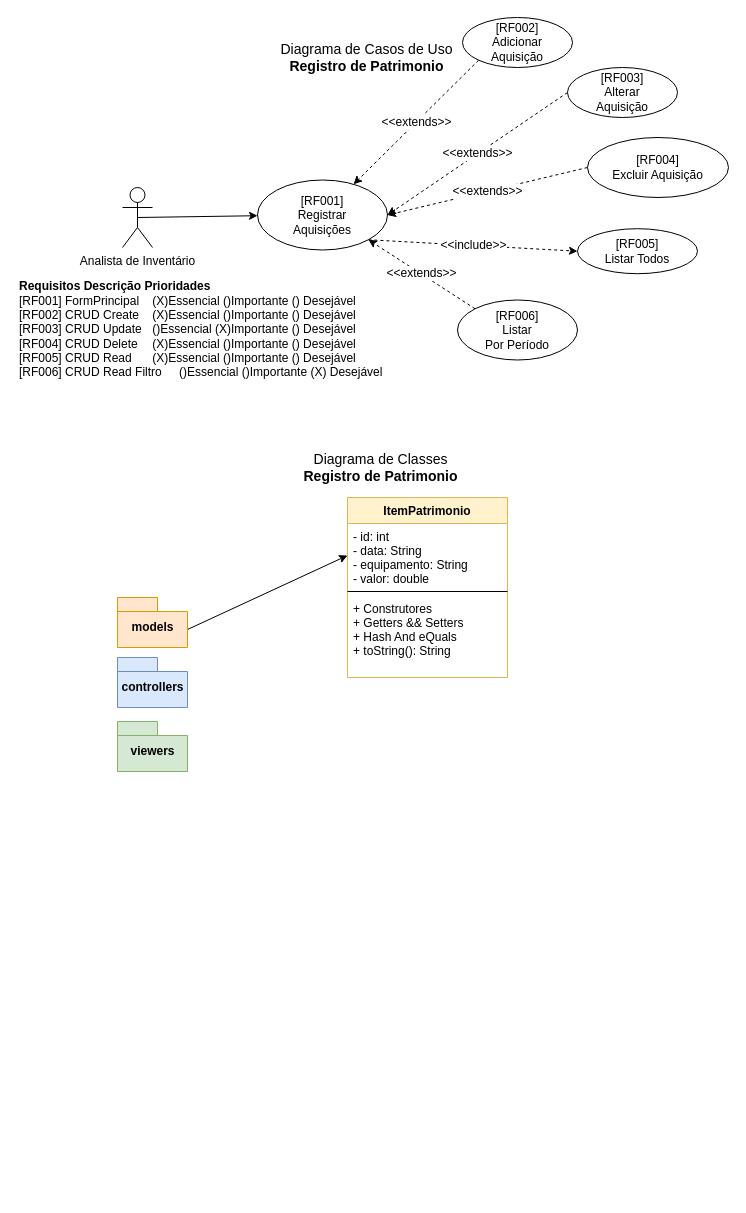
wellifabio/senai2021 keeps this draw.io diagram as 1des/fpoo/Aula/21/docsTemas/projetoPatrimonios.drawio. Above is the earlier version. Source tidied: cells renumbered, new cells numbered last; positions are measured from the earlier drawing's top-left corner, leaving out a move shared by most shapes. Both pictures are drawn from the tidied source at 100%, with x=0, y=0 at pixel (17, 17).
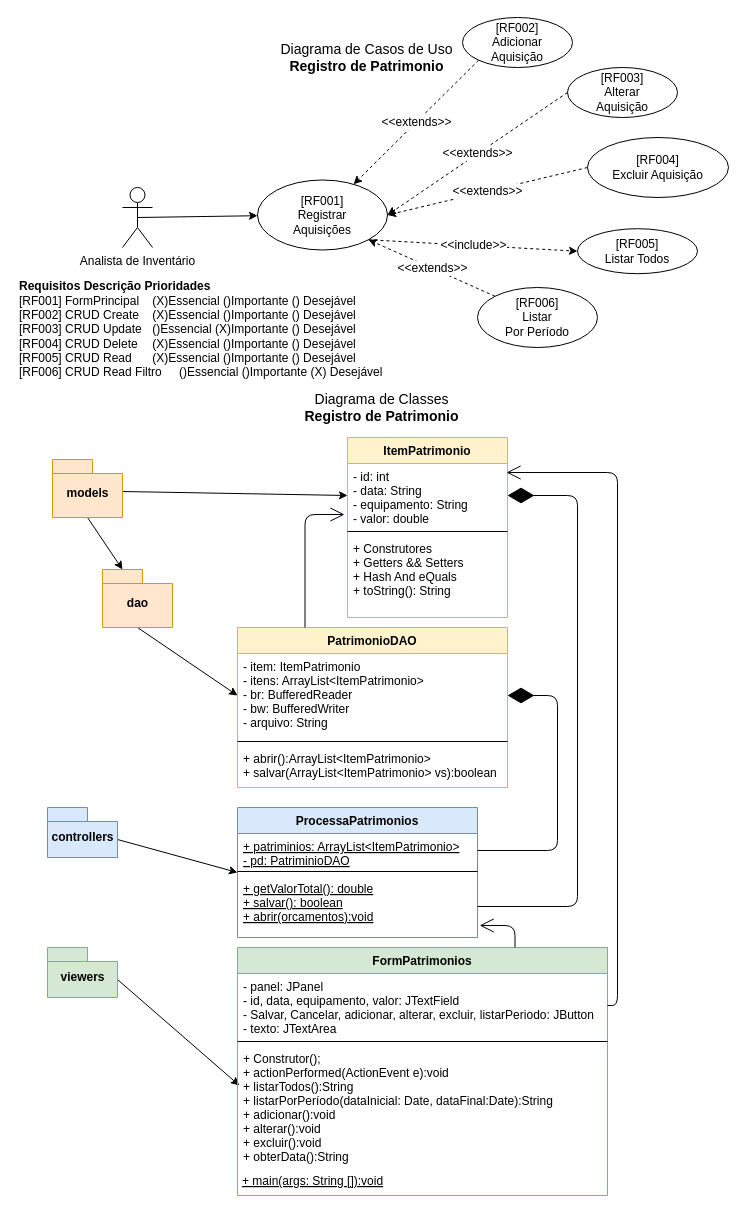
The same page after the edit.

The change refers to these unchanged cells:
```xml
<mxCell id="4" value="- id: int&#10;- data: String&#10;- equipamento: String&#10;- valor: double" style="text;strokeColor=none;fillColor=none;align=left;verticalAlign=top;spacingLeft=4;spacingRight=4;overflow=hidden;points=[[0,0.5],[1,0.5]];portConstraint=eastwest;" parent="3" vertex="1">
  <mxGeometry y="26" width="160" height="64" as="geometry" />
</mxCell>
```

Change to the diagram source:
```diff
@@
     <mxCell id="2" value="Diagrama de Classes&lt;br style=&quot;font-size: 14px&quot;&gt;&lt;b style=&quot;font-size: 14px&quot;&gt;Registro de Patrimonio&lt;/b&gt;" style="text;html=1;strokeColor=none;fillColor=none;align=center;verticalAlign=middle;whiteSpace=wrap;rounded=0;fontSize=14;" parent="1" vertex="1">
-      <mxGeometry x="268" y="440" width="191" height="20" as="geometry" />
+      <mxGeometry x="269" y="380" width="191" height="20" as="geometry" />
     </mxCell>
     <mxCell id="3" value="ItemPatrimonio" style="swimlane;fontStyle=1;align=center;verticalAlign=top;horizontal=1;startSize=26;fillColor=#fff2cc;strokeColor=#d6b656;" parent="1" vertex="1">
-      <mxGeometry x="330" y="480" width="160" height="180" as="geometry" />
+      <mxGeometry x="330" y="420" width="160" height="180" as="geometry" />
     </mxCell>
@@
+    <mxCell id="26" style="rounded=0;jettySize=auto;html=1;exitX=0.5;exitY=1;exitDx=0;exitDy=0;exitPerimeter=0;entryX=0;entryY=0;entryDx=20;entryDy=0;entryPerimeter=0;" parent="1" edge="1" source="8" target="34">
+      <mxGeometry relative="1" as="geometry" />
+    </mxCell>
     <mxCell id="8" value="models" style="shape=folder;fontStyle=1;spacingTop=10;tabWidth=40;tabHeight=14;tabPosition=left;html=1;fillColor=#ffe6cc;strokeColor=#d79b00;" parent="1" vertex="1">
-      <mxGeometry x="100" y="580" width="70" height="50" as="geometry" />
+      <mxGeometry x="35" y="442" width="70" height="58" as="geometry" />
     </mxCell>
+    <mxCell id="27" style="rounded=0;jettySize=auto;html=1;exitX=0;exitY=0;exitDx=70;exitDy=32;exitPerimeter=0;entryX=0;entryY=0.5;entryDx=0;entryDy=0;" parent="1" edge="1" source="9" target="36">
+      <mxGeometry relative="1" as="geometry" />
+    </mxCell>
     <mxCell id="9" value="controllers" style="shape=folder;fontStyle=1;spacingTop=10;tabWidth=40;tabHeight=14;tabPosition=left;html=1;fillColor=#dae8fc;strokeColor=#6c8ebf;" parent="1" vertex="1">
-      <mxGeometry x="100" y="640" width="70" height="50" as="geometry" />
+      <mxGeometry x="30" y="790" width="70" height="50" as="geometry" />
     </mxCell>
+    <mxCell id="28" style="rounded=0;jettySize=auto;html=1;exitX=0;exitY=0;exitDx=70;exitDy=32;exitPerimeter=0;entryX=0.005;entryY=0.333;entryDx=0;entryDy=0;entryPerimeter=0;" parent="1" edge="1" source="10" target="43">
+      <mxGeometry relative="1" as="geometry" />
+    </mxCell>
     <mxCell id="10" value="viewers" style="shape=folder;fontStyle=1;spacingTop=10;tabWidth=40;tabHeight=14;tabPosition=left;html=1;fillColor=#d5e8d4;strokeColor=#82b366;" parent="1" vertex="1">
-      <mxGeometry x="100" y="704" width="70" height="50" as="geometry" />
+      <mxGeometry x="30" y="930" width="70" height="50" as="geometry" />
     </mxCell>
@@
     <mxCell id="20" value="[RF006]&lt;br&gt;Listar&lt;br&gt;Por Período" style="ellipse;whiteSpace=wrap;html=1;fontSize=12;align=center;" parent="1" vertex="1">
-      <mxGeometry x="440" y="282.5" width="120" height="60" as="geometry" />
+      <mxGeometry x="460" y="270" width="120" height="60" as="geometry" />
     </mxCell>
@@
+    <mxCell id="29" value="PatrimonioDAO" style="swimlane;fontStyle=1;align=center;verticalAlign=top;horizontal=1;startSize=26;fontSize=12;fillColor=#fff2cc;strokeColor=#d6b656;" parent="1" vertex="1">
+      <mxGeometry x="220" y="610" width="270" height="160" as="geometry" />
+    </mxCell>
+    <mxCell id="30" value="- item: ItemPatrimonio&#10;- itens: ArrayList&lt;ItemPatrimonio&gt;&#10;- br: BufferedReader&#10;- bw: BufferedWriter&#10;- arquivo: String" style="text;strokeColor=none;fillColor=none;align=left;verticalAlign=top;spacingLeft=4;spacingRight=4;overflow=hidden;points=[[0,0.5],[1,0.5]];portConstraint=eastwest;" parent="29" vertex="1">
+      <mxGeometry y="26" width="270" height="84" as="geometry" />
+    </mxCell>
+    <mxCell id="31" style="line;strokeWidth=1;fillColor=none;align=left;verticalAlign=middle;spacingTop=-1;spacingLeft=3;spacingRight=3;labelPosition=right;" parent="29" vertex="1">
+      <mxGeometry y="110" width="270" height="8" as="geometry" />
+    </mxCell>
+    <mxCell id="32" value="+ abrir():ArrayList&lt;ItemPatrimonio&gt;&#10;+ salvar(ArrayList&lt;ItemPatrimonio&gt; vs):boolean" style="text;strokeColor=none;fillColor=none;align=left;verticalAlign=top;spacingLeft=4;spacingRight=4;overflow=hidden;" parent="29" vertex="1">
+      <mxGeometry y="118" width="270" height="42" as="geometry" />
+    </mxCell>
+    <mxCell id="33" style="edgeStyle=none;rounded=0;jettySize=auto;html=1;exitX=0.5;exitY=1;exitDx=0;exitDy=0;exitPerimeter=0;entryX=0;entryY=0.5;entryDx=0;entryDy=0;" parent="1" edge="1" source="34" target="30">
+      <mxGeometry relative="1" as="geometry" />
+    </mxCell>
+    <mxCell id="34" value="dao" style="shape=folder;fontStyle=1;spacingTop=10;tabWidth=40;tabHeight=14;tabPosition=left;html=1;fillColor=#ffe6cc;strokeColor=#d79b00;" parent="1" vertex="1">
+      <mxGeometry x="85" y="552" width="70" height="58" as="geometry" />
+    </mxCell>
+    <mxCell id="35" style="endArrow=open;endFill=1;endSize=12;html=1;exitX=0.25;exitY=0;exitDx=0;exitDy=0;entryX=-0.019;entryY=0.797;entryDx=0;entryDy=0;entryPerimeter=0;edgeStyle=orthogonalEdgeStyle;" parent="1" edge="1" source="29" target="4">
+      <mxGeometry relative="1" as="geometry" />
+    </mxCell>
+    <mxCell id="36" value="ProcessaPatrimonios" style="swimlane;fontStyle=1;align=center;verticalAlign=top;horizontal=1;startSize=26;fillColor=#dae8fc;strokeColor=#6c8ebf;" parent="1" vertex="1">
+      <mxGeometry x="220" y="790" width="240" height="130" as="geometry" />
+    </mxCell>
+    <mxCell id="37" value="+ patriminios: ArrayList&lt;ItemPatrimonio&gt;&#10;- pd: PatriminioDAO" style="text;strokeColor=none;fillColor=none;align=left;verticalAlign=top;spacingLeft=4;spacingRight=4;overflow=hidden;points=[[0,0.5],[1,0.5]];portConstraint=eastwest;fontStyle=4;" parent="36" vertex="1">
+      <mxGeometry y="26" width="240" height="34" as="geometry" />
+    </mxCell>
+    <mxCell id="38" style="line;strokeWidth=1;fillColor=none;align=left;verticalAlign=middle;spacingTop=-1;spacingLeft=3;spacingRight=3;labelPosition=right;" parent="36" vertex="1">
+      <mxGeometry y="60" width="240" height="8" as="geometry" />
+    </mxCell>
+    <mxCell id="39" value="+ getValorTotal(): double&#10;+ salvar(): boolean&#10;+ abrir(orcamentos):void&#10;&#10;&#10;" style="text;strokeColor=none;fillColor=none;align=left;verticalAlign=top;spacingLeft=4;spacingRight=4;overflow=hidden;points=[[0,0.5],[1,0.5]];portConstraint=eastwest;fontStyle=4;" parent="36" vertex="1">
+      <mxGeometry y="68" width="240" height="62" as="geometry" />
+    </mxCell>
+    <mxCell id="40" value="FormPatrimonios" style="swimlane;fontStyle=1;align=center;verticalAlign=top;horizontal=1;startSize=26;fillColor=#d5e8d4;strokeColor=#82b366;" parent="1" vertex="1">
+      <mxGeometry x="220" y="930" width="370" height="248" as="geometry" />
+    </mxCell>
+    <mxCell id="41" value="&#9;- panel: JPanel&#10;- id, data, equipamento, valor: JTextField&#10;- Salvar, Cancelar, adicionar, alterar, excluir, listarPeriodo: JButton&#10;- texto: JTextArea" style="text;strokeColor=none;fillColor=none;align=left;verticalAlign=top;spacingLeft=4;spacingRight=4;overflow=hidden;points=[[0,0.5],[1,0.5]];portConstraint=eastwest;fontStyle=0;" parent="40" vertex="1">
+      <mxGeometry y="26" width="370" height="64" as="geometry" />
+    </mxCell>
+    <mxCell id="42" style="line;strokeWidth=1;fillColor=none;align=left;verticalAlign=middle;spacingTop=-1;spacingLeft=3;spacingRight=3;labelPosition=right;" parent="40" vertex="1">
+      <mxGeometry y="90" width="370" height="8" as="geometry" />
+    </mxCell>
+    <mxCell id="43" value="+ Construtor();&#10;+ actionPerformed(ActionEvent e):void&#10;+ listarTodos():String&#10;+ listarPorPeríodo(dataInicial: Date, dataFinal:Date):String&#10;+ adicionar():void&#10;+ alterar():void&#10;+ excluir():void&#10;+ obterData():String&#10;" style="text;strokeColor=none;fillColor=none;align=left;verticalAlign=top;spacingLeft=4;spacingRight=4;overflow=hidden;points=[[0,0.5],[1,0.5]];portConstraint=eastwest;fontStyle=0;" parent="40" vertex="1">
+      <mxGeometry y="98" width="370" height="120" as="geometry" />
+    </mxCell>
+    <mxCell id="44" value="+ main(args: String []):void" style="text;align=left;fontStyle=4;verticalAlign=middle;spacingLeft=3;spacingRight=3;strokeColor=none;" parent="40" vertex="1">
+      <mxGeometry y="218" width="370" height="30" as="geometry" />
+    </mxCell>
+    <mxCell id="45" style="endArrow=diamondThin;endFill=1;endSize=24;html=1;exitX=1;exitY=0.5;exitDx=0;exitDy=0;entryX=1;entryY=0.5;entryDx=0;entryDy=0;edgeStyle=orthogonalEdgeStyle;" parent="1" edge="1" source="37" target="30">
+      <mxGeometry relative="1" as="geometry">
+        <Array as="points">
+          <mxPoint x="540" y="833" />
+          <mxPoint x="540" y="678" />
+        </Array>
+      </mxGeometry>
+    </mxCell>
+    <mxCell id="46" style="endArrow=diamondThin;endFill=1;endSize=24;html=1;exitX=1;exitY=0.5;exitDx=0;exitDy=0;entryX=1;entryY=0.5;entryDx=0;entryDy=0;edgeStyle=orthogonalEdgeStyle;" parent="1" edge="1" source="39" target="4">
+      <mxGeometry relative="1" as="geometry">
+        <Array as="points">
+          <mxPoint x="560" y="889" />
+          <mxPoint x="560" y="478" />
+        </Array>
+      </mxGeometry>
+    </mxCell>
+    <mxCell id="47" style="endArrow=open;endFill=1;endSize=12;html=1;exitX=0.75;exitY=0;exitDx=0;exitDy=0;entryX=1.009;entryY=0.806;entryDx=0;entryDy=0;entryPerimeter=0;edgeStyle=orthogonalEdgeStyle;" parent="1" edge="1" source="40" target="39">
+      <mxGeometry relative="1" as="geometry" />
+    </mxCell>
+    <mxCell id="48" style="endArrow=open;endFill=1;endSize=12;html=1;exitX=1;exitY=0.5;exitDx=0;exitDy=0;entryX=0.994;entryY=0.141;entryDx=0;entryDy=0;entryPerimeter=0;edgeStyle=orthogonalEdgeStyle;" parent="1" edge="1" source="41" target="4">
+      <mxGeometry relative="1" as="geometry" />
+    </mxCell>
```
